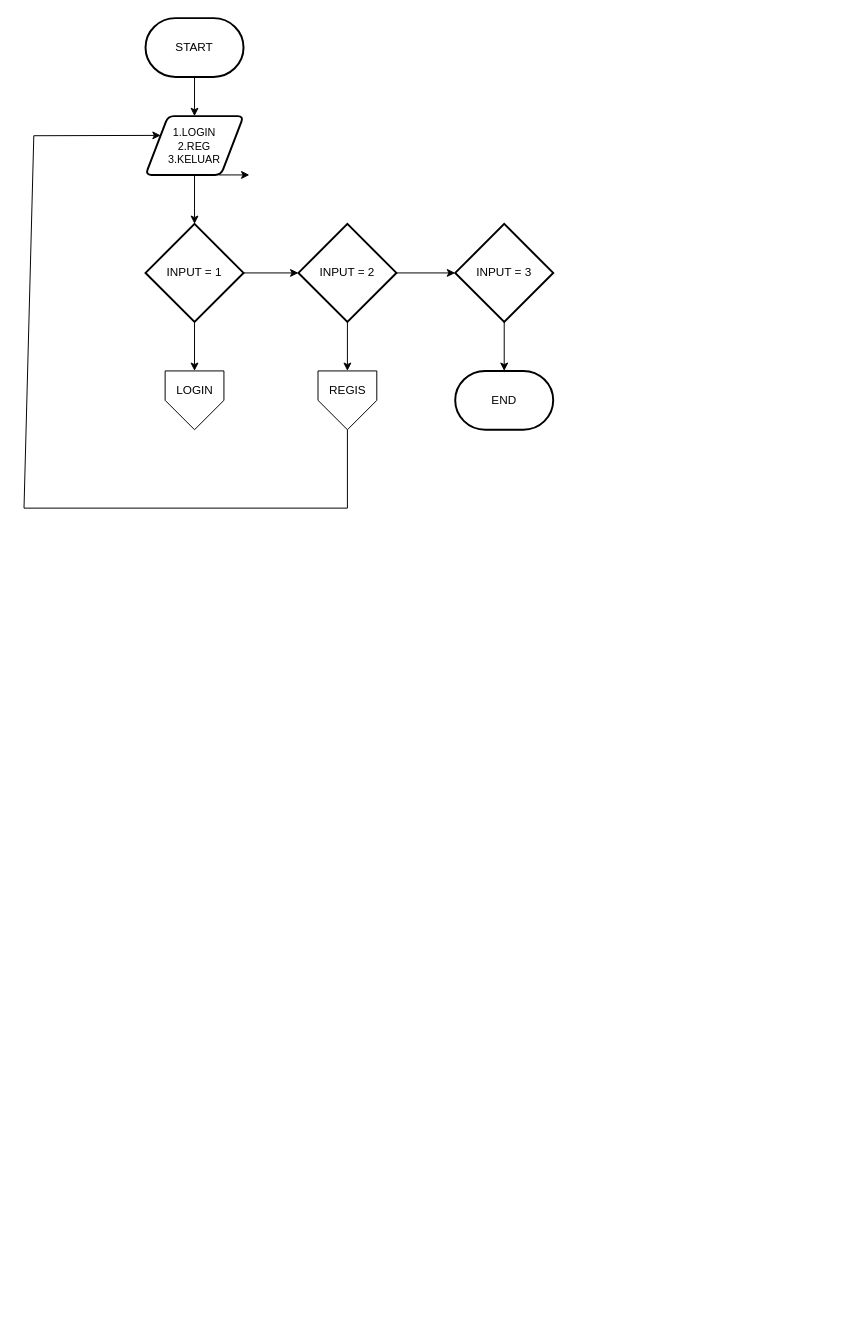
The draw.io diagram page "MENU UTAMA" (1 of 2) of FLOWCHART PA.drawio in dzak2323/MUDAHAN-CEPAT-SELESAI, before the edit. Source tidied: cells renumbered, new cells numbered last; positions are measured from the earlier drawing's top-left corner, leaving out a move shared by most shapes. Both pictures are drawn from the tidied source at 98%, with x=0, y=0 at pixel (24, 18).
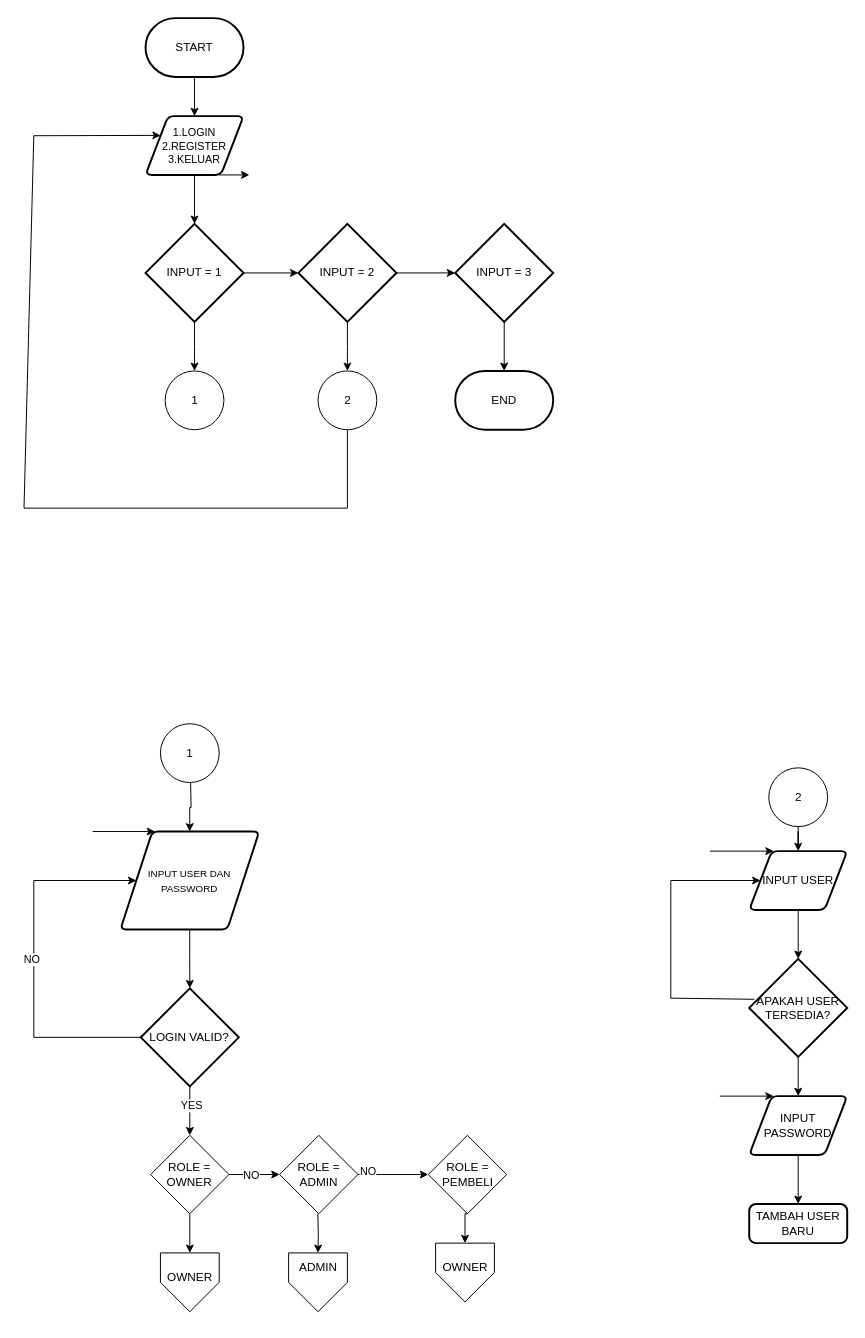
The same page after the edit.

Unchanged cells that the change refers to:
```xml
<mxCell id="10" value="INPUT = 1" style="strokeWidth=2;html=1;shape=mxgraph.flowchart.decision;whiteSpace=wrap;" parent="1" vertex="1">
  <mxGeometry x="124" y="210" width="100" height="100" as="geometry" />
</mxCell>
<mxCell id="15" value="INPUT = 2" style="strokeWidth=2;html=1;shape=mxgraph.flowchart.decision;whiteSpace=wrap;" parent="1" vertex="1">
  <mxGeometry x="280" y="210" width="100" height="100" as="geometry" />
</mxCell>
```

Diff of the diagram source:
```diff
@@
-    <mxCell id="5" value="&lt;font style=&quot;font-size: 11px;&quot;&gt;1.LOGIN&lt;/font&gt;&lt;div style=&quot;font-size: 11px;&quot;&gt;&lt;font style=&quot;font-size: 11px;&quot;&gt;2.REG&lt;/font&gt;&lt;/div&gt;&lt;div style=&quot;font-size: 11px;&quot;&gt;&lt;font style=&quot;font-size: 11px;&quot;&gt;3.KELUAR&lt;/font&gt;&lt;/div&gt;" style="shape=parallelogram;html=1;strokeWidth=2;perimeter=parallelogramPerimeter;whiteSpace=wrap;rounded=1;arcSize=12;size=0.23;" parent="1" vertex="1">
+    <mxCell id="5" value="&lt;font style=&quot;font-size: 11px;&quot;&gt;1.LOGIN&lt;/font&gt;&lt;div style=&quot;font-size: 11px;&quot;&gt;&lt;font style=&quot;font-size: 11px;&quot;&gt;2.REGISTER&lt;/font&gt;&lt;/div&gt;&lt;div style=&quot;font-size: 11px;&quot;&gt;&lt;font style=&quot;font-size: 11px;&quot;&gt;3.KELUAR&lt;/font&gt;&lt;/div&gt;" style="shape=parallelogram;html=1;strokeWidth=2;perimeter=parallelogramPerimeter;whiteSpace=wrap;rounded=1;arcSize=12;size=0.23;" parent="1" vertex="1">
       <mxGeometry x="124" y="100" width="100" height="60" as="geometry" />
     </mxCell>
@@
-    <mxCell id="9" style="edgeStyle=orthogonalEdgeStyle;rounded=0;jettySize=auto;html=1;" parent="1" edge="1" source="10" target="16">
-      <mxGeometry relative="1" as="geometry" />
+    <mxCell id="9" style="edgeStyle=orthogonalEdgeStyle;rounded=0;jettySize=auto;html=1;" parent="1" edge="1" source="10">
+      <mxGeometry relative="1" as="geometry">
+        <mxPoint x="174" y="360" as="targetPoint" />
+      </mxGeometry>
     </mxCell>
@@
-    <mxCell id="14" style="edgeStyle=orthogonalEdgeStyle;rounded=0;jettySize=auto;html=1;" parent="1" edge="1" source="15" target="17">
-      <mxGeometry relative="1" as="geometry" />
+    <mxCell id="14" style="edgeStyle=orthogonalEdgeStyle;rounded=0;jettySize=auto;html=1;" parent="1" edge="1" source="15">
+      <mxGeometry relative="1" as="geometry">
+        <mxPoint x="330" y="360" as="targetPoint" />
+      </mxGeometry>
     </mxCell>
@@
-    <mxCell id="16" style="verticalLabelPosition=bottom;verticalAlign=top;html=1;shape=offPageConnector;rounded=0;size=0.5;" parent="1" vertex="1">
-      <mxGeometry x="144" y="360" width="60" height="60" as="geometry" />
-    </mxCell>
-    <mxCell id="17" style="verticalLabelPosition=bottom;verticalAlign=top;html=1;shape=offPageConnector;rounded=0;size=0.5;" parent="1" vertex="1">
-      <mxGeometry x="300" y="360" width="60" height="60" as="geometry" />
-    </mxCell>
-    <mxCell id="18" value="LOGIN" style="text;html=1;align=center;verticalAlign=middle;strokeColor=none;fillColor=none;" parent="1" vertex="1">
-      <mxGeometry x="144" y="365" width="60" height="30" as="geometry" />
-    </mxCell>
-    <mxCell id="19" value="REGIS" style="text;html=1;align=center;verticalAlign=middle;strokeColor=none;fillColor=none;" parent="1" vertex="1">
-      <mxGeometry x="300" y="365" width="60" height="30" as="geometry" />
-    </mxCell>
@@
-    <mxCell id="21" style="endArrow=classic;html=1;rounded=0;exitX=0.5;exitY=1;exitDx=0;exitDy=0;entryX=0;entryY=0.25;entryDx=0;entryDy=0;" parent="1" edge="1" source="17" target="5">
+    <mxCell id="21" style="endArrow=classic;html=1;rounded=0;exitX=0.5;exitY=1;exitDx=0;exitDy=0;entryX=0;entryY=0.25;entryDx=0;entryDy=0;" parent="1" edge="1" target="5">
       <mxGeometry relative="1" as="geometry">
+        <mxPoint x="330" y="420" as="sourcePoint" />
         <Array as="points">
           <mxPoint x="330" y="500" />
           <mxPoint y="500" />
           <mxPoint x="10" y="120" />
         </Array>
       </mxGeometry>
     </mxCell>
+    <mxCell id="22" style="edgeStyle=orthogonalEdgeStyle;rounded=0;jettySize=auto;html=1;exitX=0.5;exitY=1;exitDx=0;exitDy=0;" parent="1" edge="1" target="24">
+      <mxGeometry relative="1" as="geometry">
+        <mxPoint x="170" y="780" as="sourcePoint" />
+      </mxGeometry>
+    </mxCell>
+    <mxCell id="23" style="group;" parent="1" vertex="1">
+      <mxGeometry x="70" y="830" width="170" height="100" as="geometry" />
+    </mxCell>
+    <mxCell id="24" value="&lt;font style=&quot;font-size: 10px;&quot;&gt;INPUT USER DAN PASSWORD&lt;/font&gt;" style="shape=parallelogram;html=1;strokeWidth=2;perimeter=parallelogramPerimeter;whiteSpace=wrap;rounded=1;arcSize=12;size=0.23;" parent="23" vertex="1">
+      <mxGeometry x="28.3" width="141.7" height="100" as="geometry" />
+    </mxCell>
+    <mxCell id="25" style="endArrow=classic;html=1;rounded=0;entryX=0.25;entryY=0;entryDx=0;entryDy=0;" parent="23" edge="1" target="24">
+      <mxGeometry relative="1" as="geometry">
+        <mxPoint as="sourcePoint" />
+      </mxGeometry>
+    </mxCell>
+    <mxCell id="26" style="edgeStyle=orthogonalEdgeStyle;rounded=0;jettySize=auto;html=1;" parent="1" edge="1" source="28" target="35">
+      <mxGeometry relative="1" as="geometry" />
+    </mxCell>
+    <mxCell id="27" value="YES" style="edgeLabel;html=1;align=center;verticalAlign=middle;" parent="26" vertex="1">
+      <mxGeometry x="-0.25" y="1" relative="1" as="geometry" />
+    </mxCell>
+    <mxCell id="28" value="LOGIN VALID?" style="strokeWidth=2;html=1;shape=mxgraph.flowchart.decision;whiteSpace=wrap;" parent="1" vertex="1">
+      <mxGeometry x="119.2" y="990" width="100" height="100" as="geometry" />
+    </mxCell>
+    <mxCell id="29" style="edgeStyle=orthogonalEdgeStyle;rounded=0;jettySize=auto;html=1;" parent="1" edge="1" source="24" target="28">
+      <mxGeometry relative="1" as="geometry" />
+    </mxCell>
+    <mxCell id="30" style="endArrow=classic;html=1;rounded=0;exitX=0;exitY=0.5;exitDx=0;exitDy=0;exitPerimeter=0;entryX=0;entryY=0.5;entryDx=0;entryDy=0;" parent="1" edge="1" source="28" target="24">
+      <mxGeometry relative="1" as="geometry">
+        <Array as="points">
+          <mxPoint x="10" y="1040" />
+          <mxPoint x="10" y="880" />
+        </Array>
+      </mxGeometry>
+    </mxCell>
+    <mxCell id="31" value="NO" style="edgeLabel;html=1;align=center;verticalAlign=middle;" parent="30" vertex="1">
+      <mxGeometry x="0.01" y="3" relative="1" as="geometry" />
+    </mxCell>
+    <mxCell id="32" style="edgeStyle=orthogonalEdgeStyle;rounded=0;jettySize=auto;html=1;exitX=1;exitY=0.5;exitDx=0;exitDy=0;" parent="1" edge="1" source="35" target="39">
+      <mxGeometry relative="1" as="geometry" />
+    </mxCell>
+    <mxCell id="33" value="NO" style="edgeLabel;html=1;align=center;verticalAlign=middle;" parent="32" vertex="1">
+      <mxGeometry x="-0.16" relative="1" as="geometry" />
+    </mxCell>
+    <mxCell id="34" style="edgeStyle=orthogonalEdgeStyle;rounded=0;jettySize=auto;html=1;entryX=0.5;entryY=0;entryDx=0;entryDy=0;" parent="1" edge="1" source="35" target="41">
+      <mxGeometry relative="1" as="geometry" />
+    </mxCell>
+    <mxCell id="35" value="ROLE = OWNER" style="rhombus;whiteSpace=wrap;html=1;" parent="1" vertex="1">
+      <mxGeometry x="129.2" y="1140" width="80" height="80" as="geometry" />
+    </mxCell>
+    <mxCell id="36" value="ROLE = PEMBELI" style="rhombus;whiteSpace=wrap;html=1;" parent="1" vertex="1">
+      <mxGeometry x="412.5" y="1140" width="80" height="80" as="geometry" />
+    </mxCell>
+    <mxCell id="37" style="edgeStyle=orthogonalEdgeStyle;rounded=0;jettySize=auto;html=1;" parent="1" edge="1" source="39" target="36">
+      <mxGeometry relative="1" as="geometry" />
+    </mxCell>
+    <mxCell id="38" value="NO" style="edgeLabel;html=1;align=center;verticalAlign=middle;" parent="37" vertex="1">
+      <mxGeometry x="-0.73" y="4" relative="1" as="geometry" />
+    </mxCell>
+    <mxCell id="39" value="ROLE = ADMIN" style="rhombus;whiteSpace=wrap;html=1;" parent="1" vertex="1">
+      <mxGeometry x="260.8" y="1140" width="80" height="80" as="geometry" />
+    </mxCell>
+    <mxCell id="40" style="group;" parent="1" vertex="1">
+      <mxGeometry x="139.2" y="1260" width="65" height="60" as="geometry" />
+    </mxCell>
+    <mxCell id="41" style="verticalLabelPosition=bottom;verticalAlign=top;html=1;shape=offPageConnector;rounded=0;size=0.5;" parent="40" vertex="1">
+      <mxGeometry width="60" height="60" as="geometry" />
+    </mxCell>
+    <mxCell id="42" value="OWNER" style="text;html=1;align=center;verticalAlign=middle;strokeColor=none;fillColor=none;" parent="40" vertex="1">
+      <mxGeometry x="-5" y="10" width="70" height="30" as="geometry" />
+    </mxCell>
+    <mxCell id="43" style="verticalLabelPosition=bottom;verticalAlign=top;html=1;shape=mxgraph.flowchart.on-page_reference;" parent="1" vertex="1">
+      <mxGeometry x="144" y="360" width="60" height="60" as="geometry" />
+    </mxCell>
+    <mxCell id="44" value="1" style="text;html=1;align=center;verticalAlign=middle;strokeColor=none;fillColor=none;" parent="1" vertex="1">
+      <mxGeometry x="159" y="375" width="30" height="30" as="geometry" />
+    </mxCell>
+    <mxCell id="45" style="verticalLabelPosition=bottom;verticalAlign=top;html=1;shape=mxgraph.flowchart.on-page_reference;" parent="1" vertex="1">
+      <mxGeometry x="139.2" y="720" width="60" height="60" as="geometry" />
+    </mxCell>
+    <mxCell id="46" value="1" style="text;html=1;align=center;verticalAlign=middle;strokeColor=none;fillColor=none;" parent="1" vertex="1">
+      <mxGeometry x="154.2" y="735" width="30" height="30" as="geometry" />
+    </mxCell>
+    <mxCell id="47" style="edgeStyle=orthogonalEdgeStyle;rounded=0;jettySize=auto;html=1;" parent="1" edge="1" source="59" target="49">
+      <mxGeometry relative="1" as="geometry" />
+    </mxCell>
+    <mxCell id="48" style="edgeStyle=orthogonalEdgeStyle;rounded=0;jettySize=auto;html=1;" parent="1" edge="1" source="49" target="52">
+      <mxGeometry relative="1" as="geometry" />
+    </mxCell>
+    <mxCell id="49" value="INPUT USER" style="shape=parallelogram;html=1;strokeWidth=2;perimeter=parallelogramPerimeter;whiteSpace=wrap;rounded=1;arcSize=12;size=0.23;" parent="1" vertex="1">
+      <mxGeometry x="740" y="850" width="100" height="60" as="geometry" />
+    </mxCell>
+    <mxCell id="50" style="endArrow=classic;html=1;rounded=0;entryX=0.25;entryY=0;entryDx=0;entryDy=0;" parent="1" edge="1" target="49">
+      <mxGeometry relative="1" as="geometry">
+        <mxPoint x="700" y="850" as="sourcePoint" />
+      </mxGeometry>
+    </mxCell>
+    <mxCell id="51" style="edgeStyle=orthogonalEdgeStyle;rounded=0;jettySize=auto;html=1;" parent="1" edge="1" source="52" target="55">
+      <mxGeometry relative="1" as="geometry" />
+    </mxCell>
+    <mxCell id="52" value="APAKAH USER TERSEDIA?" style="strokeWidth=2;html=1;shape=mxgraph.flowchart.decision;whiteSpace=wrap;" parent="1" vertex="1">
+      <mxGeometry x="740" y="960" width="100" height="100" as="geometry" />
+    </mxCell>
+    <mxCell id="53" style="endArrow=classic;html=1;rounded=0;exitX=0.052;exitY=0.412;exitDx=0;exitDy=0;exitPerimeter=0;entryX=0;entryY=0.5;entryDx=0;entryDy=0;" parent="1" edge="1" source="52" target="49">
+      <mxGeometry relative="1" as="geometry">
+        <Array as="points">
+          <mxPoint x="660" y="1000" />
+          <mxPoint x="660" y="880" />
+        </Array>
+      </mxGeometry>
+    </mxCell>
+    <mxCell id="54" style="edgeStyle=orthogonalEdgeStyle;rounded=0;jettySize=auto;html=1;" parent="1" edge="1" source="55" target="57">
+      <mxGeometry relative="1" as="geometry" />
+    </mxCell>
+    <mxCell id="55" value="INPUT PASSWORD" style="shape=parallelogram;html=1;strokeWidth=2;perimeter=parallelogramPerimeter;whiteSpace=wrap;rounded=1;arcSize=12;size=0.23;" parent="1" vertex="1">
+      <mxGeometry x="740" y="1100" width="100" height="60" as="geometry" />
+    </mxCell>
+    <mxCell id="56" style="endArrow=classic;html=1;rounded=0;entryX=0.25;entryY=0;entryDx=0;entryDy=0;" parent="1" edge="1" target="55">
+      <mxGeometry relative="1" as="geometry">
+        <mxPoint x="710" y="1100" as="sourcePoint" />
+      </mxGeometry>
+    </mxCell>
+    <mxCell id="57" value="TAMBAH USER BARU" style="rounded=1;whiteSpace=wrap;html=1;absoluteArcSize=1;arcSize=14;strokeWidth=2;" parent="1" vertex="1">
+      <mxGeometry x="740" y="1210" width="100" height="40" as="geometry" />
+    </mxCell>
+    <mxCell id="58" style="edgeStyle=orthogonalEdgeStyle;rounded=0;jettySize=auto;html=1;" parent="1" edge="1" target="59">
+      <mxGeometry relative="1" as="geometry">
+        <mxPoint x="790" y="810" as="sourcePoint" />
+      </mxGeometry>
+    </mxCell>
+    <mxCell id="59" style="verticalLabelPosition=bottom;verticalAlign=top;html=1;shape=mxgraph.flowchart.on-page_reference;" parent="1" vertex="1">
+      <mxGeometry x="760" y="765" width="60" height="60" as="geometry" />
+    </mxCell>
+    <mxCell id="60" value="2" style="text;html=1;align=center;verticalAlign=middle;strokeColor=none;fillColor=none;" parent="1" vertex="1">
+      <mxGeometry x="775" y="780" width="30" height="30" as="geometry" />
+    </mxCell>
+    <mxCell id="61" style="edgeStyle=orthogonalEdgeStyle;rounded=0;jettySize=auto;html=1;" parent="1" edge="1" target="62">
+      <mxGeometry relative="1" as="geometry">
+        <mxPoint x="330" y="405" as="sourcePoint" />
+      </mxGeometry>
+    </mxCell>
+    <mxCell id="62" style="verticalLabelPosition=bottom;verticalAlign=top;html=1;shape=mxgraph.flowchart.on-page_reference;" parent="1" vertex="1">
+      <mxGeometry x="300" y="360" width="60" height="60" as="geometry" />
+    </mxCell>
+    <mxCell id="63" value="2" style="text;html=1;align=center;verticalAlign=middle;strokeColor=none;fillColor=none;" parent="1" vertex="1">
+      <mxGeometry x="315" y="375" width="30" height="30" as="geometry" />
+    </mxCell>
+    <mxCell id="64" style="edgeStyle=orthogonalEdgeStyle;rounded=0;jettySize=auto;html=1;entryX=0.5;entryY=0;entryDx=0;entryDy=0;" parent="1" edge="1" target="66">
+      <mxGeometry relative="1" as="geometry">
+        <mxPoint x="299.8" y="1220" as="sourcePoint" />
+      </mxGeometry>
+    </mxCell>
+    <mxCell id="65" style="group;" parent="1" vertex="1">
+      <mxGeometry x="270" y="1260" width="65" height="70" as="geometry" />
+    </mxCell>
+    <mxCell id="66" style="verticalLabelPosition=bottom;verticalAlign=top;html=1;shape=offPageConnector;rounded=0;size=0.5;" parent="65" vertex="1">
+      <mxGeometry width="60" height="60" as="geometry" />
+    </mxCell>
+    <mxCell id="67" value="ADMIN" style="text;html=1;align=center;verticalAlign=middle;strokeColor=none;fillColor=none;" parent="65" vertex="1">
+      <mxGeometry width="60" height="30" as="geometry" />
+    </mxCell>
+    <mxCell id="68" style="edgeStyle=orthogonalEdgeStyle;rounded=0;jettySize=auto;html=1;entryX=0.5;entryY=0;entryDx=0;entryDy=0;exitX=0.5;exitY=1;exitDx=0;exitDy=0;" parent="1" edge="1" source="36" target="70">
+      <mxGeometry relative="1" as="geometry" />
+    </mxCell>
+    <mxCell id="69" style="group;" parent="1" vertex="1">
+      <mxGeometry x="420" y="1250" width="65" height="60" as="geometry" />
+    </mxCell>
+    <mxCell id="70" style="verticalLabelPosition=bottom;verticalAlign=top;html=1;shape=offPageConnector;rounded=0;size=0.5;" parent="69" vertex="1">
+      <mxGeometry width="60" height="60" as="geometry" />
+    </mxCell>
+    <mxCell id="71" value="OWNER" style="text;html=1;align=center;verticalAlign=middle;strokeColor=none;fillColor=none;" parent="69" vertex="1">
+      <mxGeometry x="-5" y="10" width="70" height="30" as="geometry" />
+    </mxCell>
```
